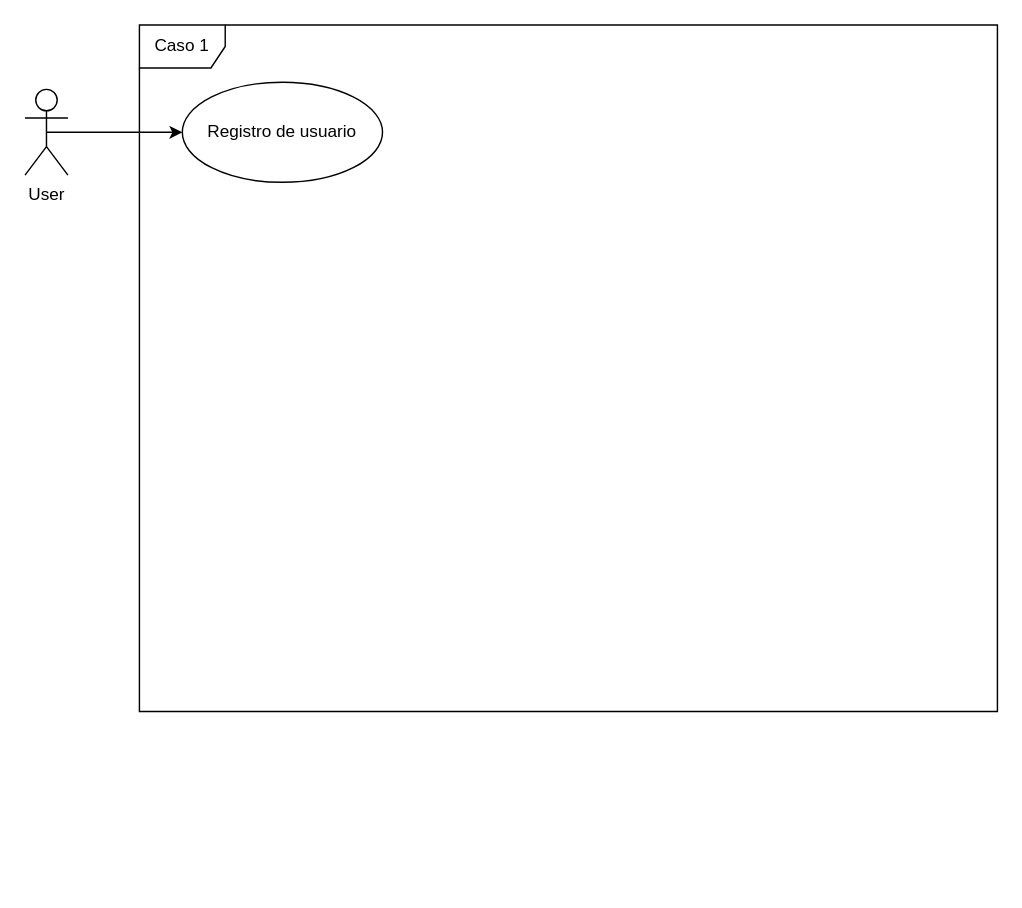
This is docs/SENASOFT_casos-de-negocio.drawio from StivenKN/learning-quokka, a draw.io file, before an edit. Source tidied: cells renumbered, new cells numbered last; positions are measured from the earlier drawing's top-left corner, leaving out a move shared by most shapes. Both pictures are drawn from the tidied source at 143%, with x=0, y=0 at pixel (24, 24).
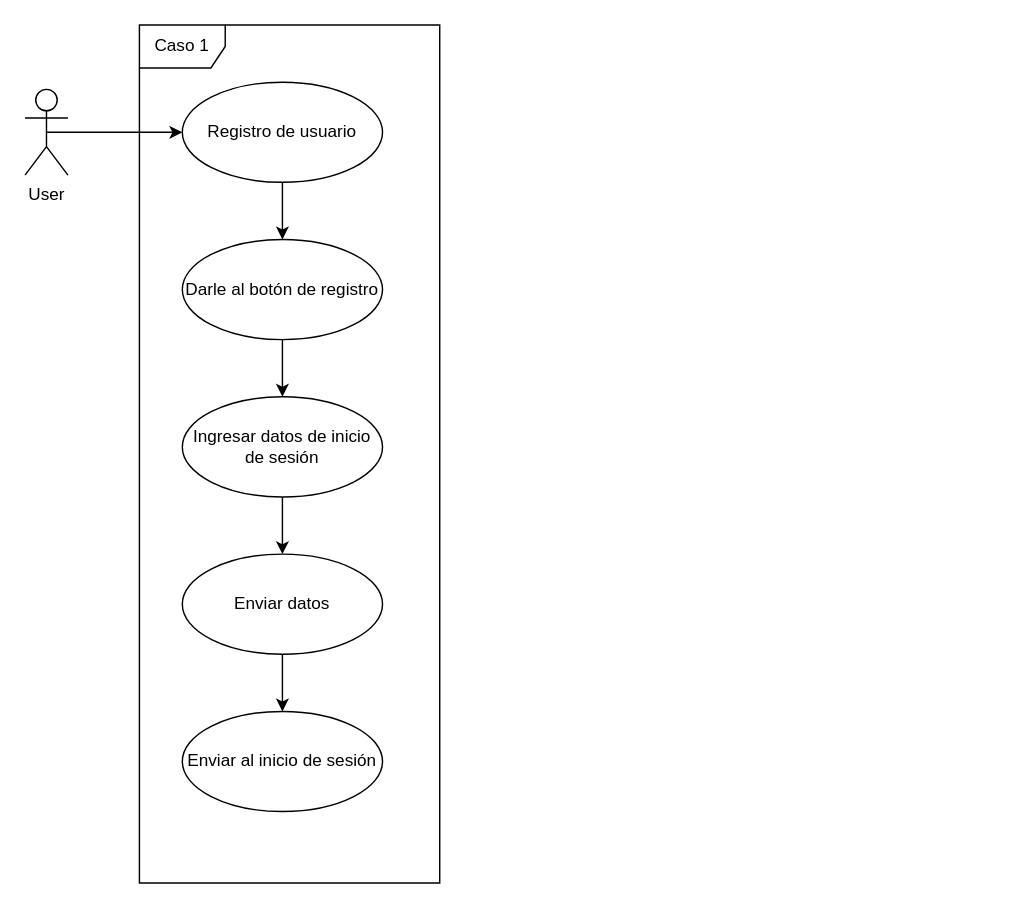
After the change.

Change to the diagram source:
```diff
@@
 <mxGraphModel>
   <root>
     <mxCell id="0" />
     <mxCell id="1" parent="0" />
     <mxCell id="2" style="edgeStyle=orthogonalEdgeStyle;rounded=0;jettySize=auto;html=1;exitX=0.5;exitY=0.5;exitDx=0;exitDy=0;exitPerimeter=0;entryX=0;entryY=0.5;entryDx=0;entryDy=0;" parent="1" edge="1" source="3" target="5">
       <mxGeometry relative="1" as="geometry" />
     </mxCell>
     <mxCell id="3" value="&lt;div&gt;User&lt;/div&gt;&lt;div&gt;&lt;br&gt;&lt;/div&gt;" style="shape=umlActor;verticalLabelPosition=bottom;verticalAlign=top;html=1;outlineConnect=0;" parent="1" vertex="1">
       <mxGeometry y="45" width="30" height="60" as="geometry" />
     </mxCell>
     <mxCell id="4" value="Caso 1" style="shape=umlFrame;whiteSpace=wrap;html=1;" parent="1" vertex="1">
-      <mxGeometry x="80" width="600" height="480" as="geometry" />
+      <mxGeometry x="80" width="210" height="600" as="geometry" />
     </mxCell>
+    <mxCell id="6" style="edgeStyle=orthogonalEdgeStyle;rounded=0;jettySize=auto;html=1;entryX=0.5;entryY=0;entryDx=0;entryDy=0;" parent="1" edge="1" source="5" target="8">
+      <mxGeometry relative="1" as="geometry" />
+    </mxCell>
     <mxCell id="5" value="Registro de usuario" style="ellipse;whiteSpace=wrap;html=1;" parent="1" vertex="1">
       <mxGeometry x="110" y="40" width="140" height="70" as="geometry" />
     </mxCell>
+    <mxCell id="7" style="edgeStyle=orthogonalEdgeStyle;rounded=0;jettySize=auto;html=1;entryX=0.5;entryY=0;entryDx=0;entryDy=0;" parent="1" edge="1" source="8" target="10">
+      <mxGeometry relative="1" as="geometry" />
+    </mxCell>
+    <mxCell id="8" value="Darle al botón de registro" style="ellipse;whiteSpace=wrap;html=1;" parent="1" vertex="1">
+      <mxGeometry x="110" y="150" width="140" height="70" as="geometry" />
+    </mxCell>
+    <mxCell id="9" style="edgeStyle=orthogonalEdgeStyle;rounded=0;jettySize=auto;html=1;entryX=0.5;entryY=0;entryDx=0;entryDy=0;" parent="1" edge="1" source="10" target="12">
+      <mxGeometry relative="1" as="geometry" />
+    </mxCell>
+    <mxCell id="10" value="Ingresar datos de inicio de sesión" style="ellipse;whiteSpace=wrap;html=1;" parent="1" vertex="1">
+      <mxGeometry x="110" y="260" width="140" height="70" as="geometry" />
+    </mxCell>
+    <mxCell id="11" style="edgeStyle=orthogonalEdgeStyle;rounded=0;jettySize=auto;html=1;entryX=0.5;entryY=0;entryDx=0;entryDy=0;" parent="1" edge="1" source="12" target="13">
+      <mxGeometry relative="1" as="geometry" />
+    </mxCell>
+    <mxCell id="12" value="Enviar datos" style="ellipse;whiteSpace=wrap;html=1;" parent="1" vertex="1">
+      <mxGeometry x="110" y="370" width="140" height="70" as="geometry" />
+    </mxCell>
+    <mxCell id="13" value="Enviar al inicio de sesión" style="ellipse;whiteSpace=wrap;html=1;" parent="1" vertex="1">
+      <mxGeometry x="110" y="480" width="140" height="70" as="geometry" />
+    </mxCell>
   </root>
 </mxGraphModel>
```
